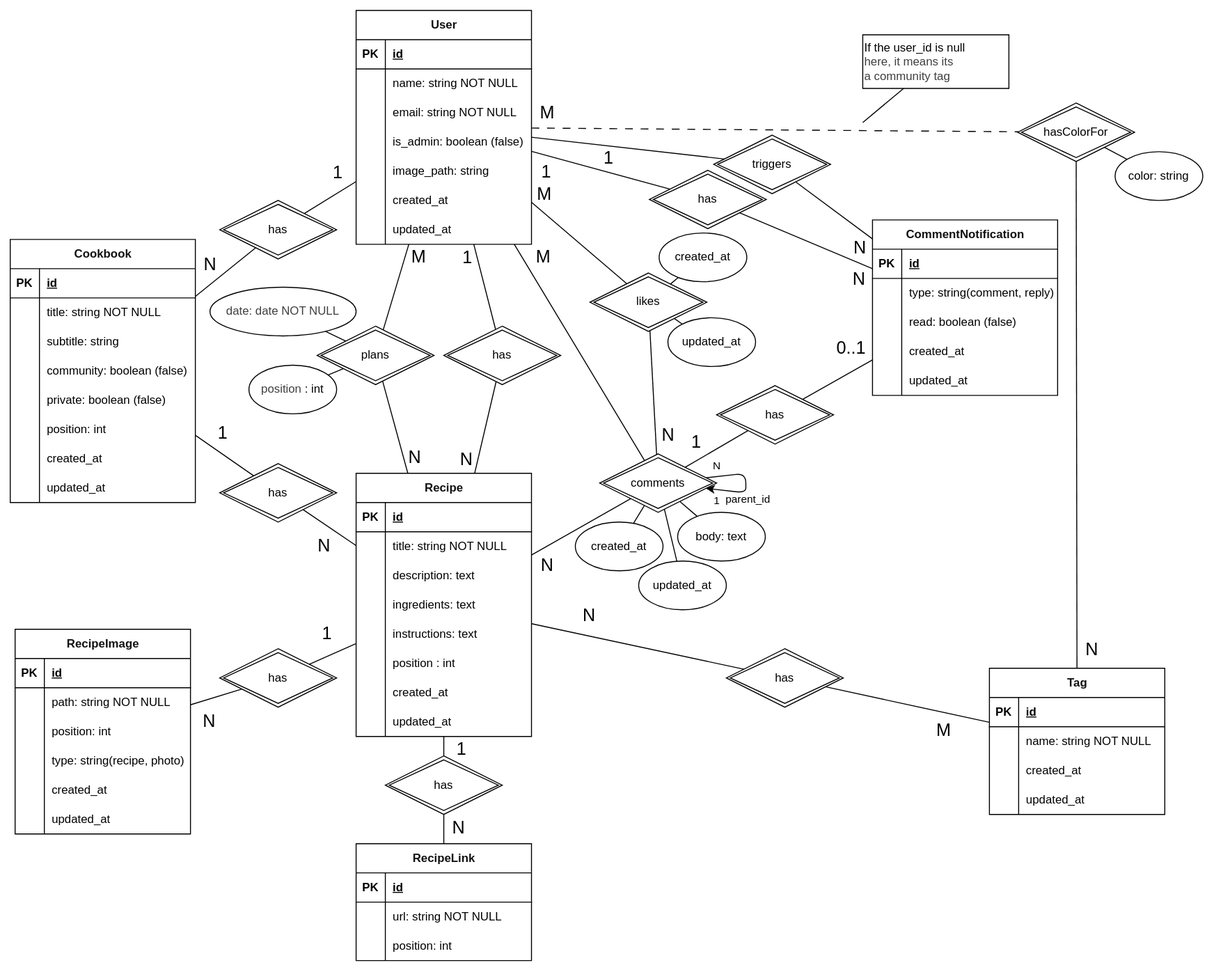
lchristmann/recipe-manager keeps this draw.io diagram as docs/diagrams/db-schema.drawio.svg. Above is the earlier version. Source tidied: cells renumbered, new cells last; positions are measured from the earlier drawing's top-left corner, leaving out a move shared by most shapes.
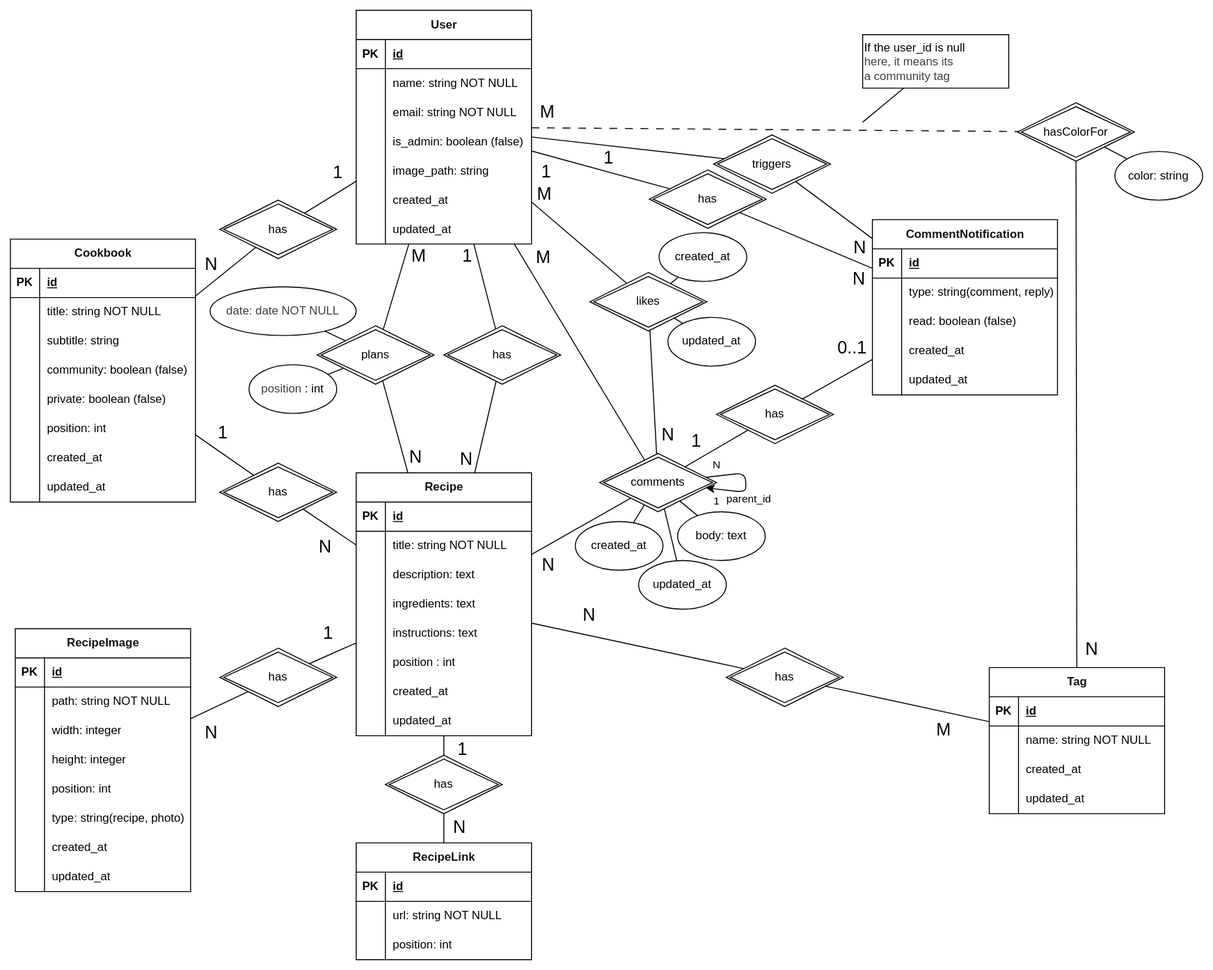
The same diagram one commit later.

Change to the diagram source:
```diff
@@ -282,7 +282,7 @@
       <mxGeometry x="315" y="324" width="120" height="60" as="geometry" />
     </mxCell>
     <mxCell id="91" value="&lt;span style=&quot;background-color: light-dark(#ffffff, var(--ge-dark-color, #121212));&quot;&gt;&lt;font style=&quot;color: rgb(18, 18, 18);&quot;&gt;RecipeImage&lt;/font&gt;&lt;/span&gt;" style="shape=table;startSize=30;rowLines=0;fontStyle=1;align=center;html=1;labelBackgroundColor=default;fillColor=#FFFFFF;" parent="1" vertex="1">
-      <mxGeometry x="5" y="635" width="180" height="210" as="geometry" />
+      <mxGeometry x="5" y="635" width="180" height="270" as="geometry" />
     </mxCell>
     <mxCell id="92" style="shape=tableRow;horizontal=0;startSize=0;swimlaneHead=0;swimlaneBody=0;fillColor=none;top=0;left=0;right=0;bottom=1;" parent="91" vertex="1">
       <mxGeometry y="30" width="180" height="30" as="geometry" />
@@ -302,8 +302,26 @@
     <mxCell id="97" value="path: string NOT NULL" style="shape=partialRectangle;fillColor=none;top=0;left=0;bottom=0;right=0;align=left;spacingLeft=6;overflow=hidden;whiteSpace=wrap;html=1;" parent="95" vertex="1">
       <mxGeometry x="30" width="150" height="30" as="geometry" />
     </mxCell>
+    <mxCell id="219" style="shape=tableRow;horizontal=0;startSize=0;swimlaneHead=0;swimlaneBody=0;fillColor=none;top=0;left=0;right=0;bottom=0;" parent="91" vertex="1">
+      <mxGeometry y="90" width="180" height="30" as="geometry" />
+    </mxCell>
+    <mxCell id="220" style="shape=partialRectangle;fillColor=none;top=0;left=0;bottom=0;right=0;overflow=hidden;whiteSpace=wrap;html=1;" parent="219" vertex="1">
+      <mxGeometry width="30" height="30" as="geometry" />
+    </mxCell>
+    <mxCell id="221" value="width: integer" style="shape=partialRectangle;fillColor=none;top=0;left=0;bottom=0;right=0;align=left;spacingLeft=6;overflow=hidden;whiteSpace=wrap;html=1;" parent="219" vertex="1">
+      <mxGeometry x="30" width="150" height="30" as="geometry" />
+    </mxCell>
+    <mxCell id="222" style="shape=tableRow;horizontal=0;startSize=0;swimlaneHead=0;swimlaneBody=0;fillColor=none;top=0;left=0;right=0;bottom=0;" parent="91" vertex="1">
+      <mxGeometry y="120" width="180" height="30" as="geometry" />
+    </mxCell>
+    <mxCell id="223" style="shape=partialRectangle;fillColor=none;top=0;left=0;bottom=0;right=0;overflow=hidden;whiteSpace=wrap;html=1;" parent="222" vertex="1">
+      <mxGeometry width="30" height="30" as="geometry" />
+    </mxCell>
+    <mxCell id="224" value="height: integer" style="shape=partialRectangle;fillColor=none;top=0;left=0;bottom=0;right=0;align=left;spacingLeft=6;overflow=hidden;whiteSpace=wrap;html=1;" parent="222" vertex="1">
+      <mxGeometry x="30" width="150" height="30" as="geometry" />
+    </mxCell>
     <mxCell id="98" style="shape=tableRow;horizontal=0;startSize=0;swimlaneHead=0;swimlaneBody=0;fillColor=none;top=0;left=0;right=0;bottom=0;" parent="91" vertex="1">
-      <mxGeometry y="90" width="180" height="30" as="geometry" />
+      <mxGeometry y="150" width="180" height="30" as="geometry" />
     </mxCell>
     <mxCell id="99" style="shape=partialRectangle;fillColor=none;top=0;left=0;bottom=0;right=0;overflow=hidden;whiteSpace=wrap;html=1;" parent="98" vertex="1">
       <mxGeometry width="30" height="30" as="geometry" />
@@ -312,7 +330,7 @@
       <mxGeometry x="30" width="150" height="30" as="geometry" />
     </mxCell>
     <mxCell id="101" style="shape=tableRow;horizontal=0;startSize=0;swimlaneHead=0;swimlaneBody=0;fillColor=none;top=0;left=0;right=0;bottom=0;" parent="91" vertex="1">
-      <mxGeometry y="120" width="180" height="30" as="geometry" />
+      <mxGeometry y="180" width="180" height="30" as="geometry" />
     </mxCell>
     <mxCell id="102" style="shape=partialRectangle;fillColor=none;top=0;left=0;bottom=0;right=0;overflow=hidden;whiteSpace=wrap;html=1;" parent="101" vertex="1">
       <mxGeometry width="30" height="30" as="geometry" />
@@ -321,7 +339,7 @@
       <mxGeometry x="30" width="150" height="30" as="geometry" />
     </mxCell>
     <mxCell id="104" style="shape=tableRow;horizontal=0;startSize=0;swimlaneHead=0;swimlaneBody=0;fillColor=none;top=0;left=0;right=0;bottom=0;" parent="91" vertex="1">
-      <mxGeometry y="150" width="180" height="30" as="geometry" />
+      <mxGeometry y="210" width="180" height="30" as="geometry" />
     </mxCell>
     <mxCell id="105" style="shape=partialRectangle;fillColor=none;top=0;left=0;bottom=0;right=0;overflow=hidden;whiteSpace=wrap;html=1;" parent="104" vertex="1">
       <mxGeometry width="30" height="30" as="geometry" />
@@ -330,7 +348,7 @@
       <mxGeometry x="30" width="150" height="30" as="geometry" />
     </mxCell>
     <mxCell id="107" style="shape=tableRow;horizontal=0;startSize=0;swimlaneHead=0;swimlaneBody=0;fillColor=none;top=0;left=0;right=0;bottom=0;" parent="91" vertex="1">
-      <mxGeometry y="180" width="180" height="30" as="geometry" />
+      <mxGeometry y="240" width="180" height="30" as="geometry" />
     </mxCell>
     <mxCell id="108" style="shape=partialRectangle;fillColor=none;top=0;left=0;bottom=0;right=0;overflow=hidden;whiteSpace=wrap;html=1;" parent="107" vertex="1">
       <mxGeometry width="30" height="30" as="geometry" />
```
